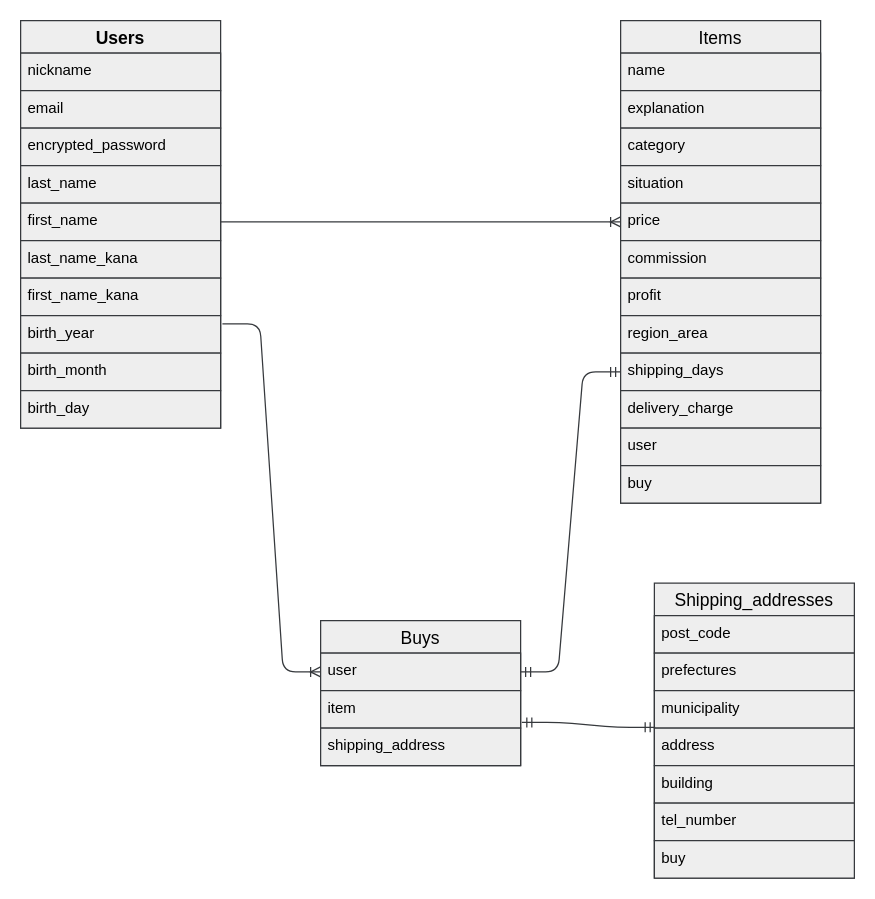
Above: furima.dio in taichi0221/furima-39122 (draw.io), before the change. Source tidied: cells renumbered, new cells numbered last; positions are measured from the earlier drawing's top-left corner, leaving out a move shared by most shapes. Both pictures are drawn from the tidied source at 125%, with x=0, y=0 at pixel (20, 20).
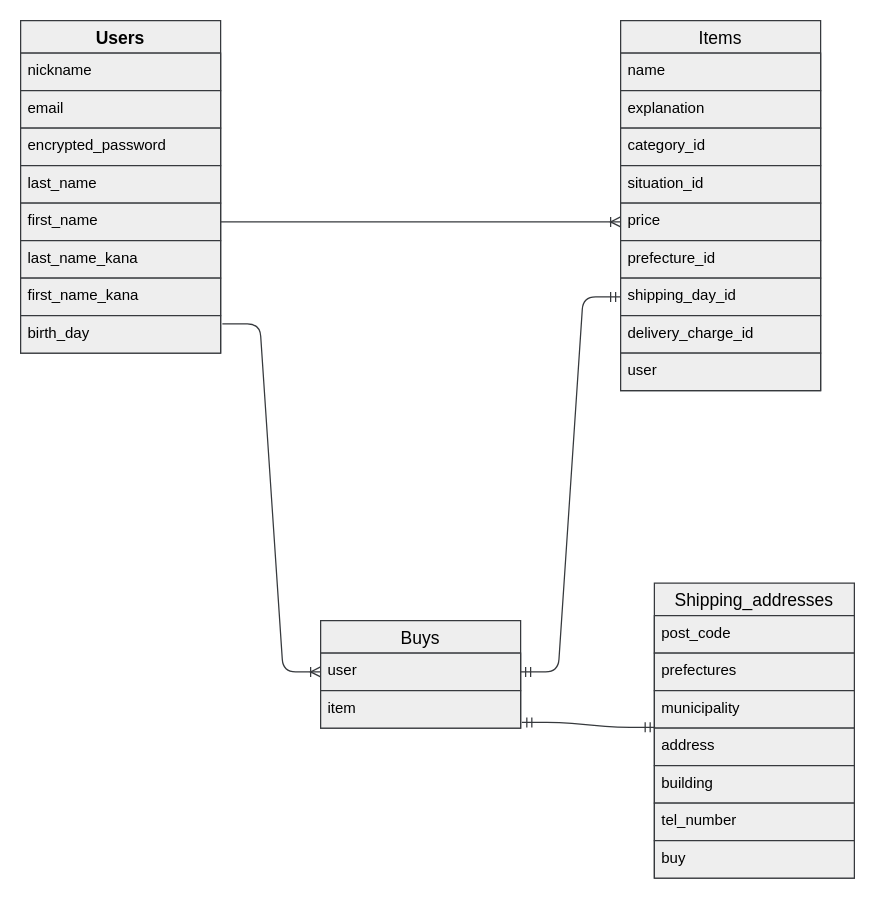
The same diagram, later.

Unchanged cells that the change refers to:
```xml
<mxCell id="27" value="user" style="text;strokeColor=#36393d;fillColor=#eeeeee;spacingLeft=4;spacingRight=4;overflow=hidden;points=[[0,0.5],[1,0.5]];portConstraint=eastwest;fontSize=12;fontColor=#000000;" parent="26" vertex="1">
  <mxGeometry y="26" width="160" height="30" as="geometry" />
</mxCell>
```

Change to the diagram source:
```diff
@@
     <mxCell id="2" value="Users" style="swimlane;fontStyle=1;horizontal=1;startSize=26;align=center;fontSize=14;fillColor=#eeeeee;strokeColor=#36393d;fontColor=#000000;" parent="1" vertex="1">
-      <mxGeometry width="160" height="326" as="geometry" />
+      <mxGeometry width="160" height="266" as="geometry" />
     </mxCell>
@@
-    <mxCell id="10" value="birth_year" style="text;strokeColor=#36393d;fillColor=#eeeeee;spacingLeft=4;spacingRight=4;overflow=hidden;points=[[0,0.5],[1,0.5]];portConstraint=eastwest;fontSize=12;fontColor=#000000;" parent="2" vertex="1">
-      <mxGeometry y="236" width="160" height="30" as="geometry" />
-    </mxCell>
-    <mxCell id="11" value="birth_month" style="text;strokeColor=#36393d;fillColor=#eeeeee;spacingLeft=4;spacingRight=4;overflow=hidden;fontSize=12;fontColor=#000000;" parent="2" vertex="1">
-      <mxGeometry y="266" width="160" height="30" as="geometry" />
-    </mxCell>
     <mxCell id="12" value="birth_day" style="text;strokeColor=#36393d;fillColor=#eeeeee;spacingLeft=4;spacingRight=4;overflow=hidden;fontSize=12;fontColor=#000000;" parent="2" vertex="1">
-      <mxGeometry y="296" width="160" height="30" as="geometry" />
+      <mxGeometry y="236" width="160" height="30" as="geometry" />
     </mxCell>
     <mxCell id="13" value="Items" style="swimlane;fontStyle=0;horizontal=1;startSize=26;align=center;fontSize=14;fillColor=#eeeeee;strokeColor=#36393d;fontColor=#000000;" parent="1" vertex="1">
-      <mxGeometry x="480" width="160" height="386" as="geometry" />
+      <mxGeometry x="480" width="160" height="296" as="geometry" />
     </mxCell>
@@
-    <mxCell id="16" value="category" style="text;strokeColor=#36393d;fillColor=#eeeeee;spacingLeft=4;spacingRight=4;overflow=hidden;fontSize=12;fontColor=#000000;" parent="13" vertex="1">
+    <mxCell id="16" value="category_id" style="text;strokeColor=#36393d;fillColor=#eeeeee;spacingLeft=4;spacingRight=4;overflow=hidden;fontSize=12;fontColor=#000000;" parent="13" vertex="1">
       <mxGeometry y="86" width="160" height="30" as="geometry" />
     </mxCell>
-    <mxCell id="17" value="situation" style="text;strokeColor=#36393d;fillColor=#eeeeee;spacingLeft=4;spacingRight=4;overflow=hidden;fontSize=12;fontColor=#000000;" parent="13" vertex="1">
+    <mxCell id="17" value="situation_id" style="text;strokeColor=#36393d;fillColor=#eeeeee;spacingLeft=4;spacingRight=4;overflow=hidden;fontSize=12;fontColor=#000000;" parent="13" vertex="1">
       <mxGeometry y="116" width="160" height="30" as="geometry" />
     </mxCell>
@@
-    <mxCell id="19" value="commission" style="text;strokeColor=#36393d;fillColor=#eeeeee;spacingLeft=4;spacingRight=4;overflow=hidden;fontSize=12;fontColor=#000000;" parent="13" vertex="1">
-      <mxGeometry y="176" width="160" height="30" as="geometry" />
-    </mxCell>
-    <mxCell id="20" value="profit" style="text;strokeColor=#36393d;fillColor=#eeeeee;spacingLeft=4;spacingRight=4;overflow=hidden;fontSize=12;fontColor=#000000;" parent="13" vertex="1">
-      <mxGeometry y="206" width="160" height="30" as="geometry" />
-    </mxCell>
-    <mxCell id="21" value="region_area" style="text;strokeColor=#36393d;fillColor=#eeeeee;spacingLeft=4;spacingRight=4;overflow=hidden;fontSize=12;fontColor=#000000;" parent="13" vertex="1">
-      <mxGeometry y="236" width="160" height="30" as="geometry" />
+    <mxCell id="21" value="prefecture_id" style="text;strokeColor=#36393d;fillColor=#eeeeee;spacingLeft=4;spacingRight=4;overflow=hidden;fontSize=12;fontColor=#000000;" parent="13" vertex="1">
+      <mxGeometry y="176" width="160" height="30" as="geometry" />
     </mxCell>
-    <mxCell id="22" value="shipping_days" style="text;strokeColor=#36393d;fillColor=#eeeeee;spacingLeft=4;spacingRight=4;overflow=hidden;points=[[0,0.5],[1,0.5]];portConstraint=eastwest;fontSize=12;fontColor=#000000;" parent="13" vertex="1">
-      <mxGeometry y="266" width="160" height="30" as="geometry" />
+    <mxCell id="22" value="shipping_day_id" style="text;strokeColor=#36393d;fillColor=#eeeeee;spacingLeft=4;spacingRight=4;overflow=hidden;points=[[0,0.5],[1,0.5]];portConstraint=eastwest;fontSize=12;fontColor=#000000;" parent="13" vertex="1">
+      <mxGeometry y="206" width="160" height="30" as="geometry" />
     </mxCell>
-    <mxCell id="23" value="delivery_charge" style="text;strokeColor=#36393d;fillColor=#eeeeee;spacingLeft=4;spacingRight=4;overflow=hidden;fontSize=12;fontColor=#000000;" parent="13" vertex="1">
-      <mxGeometry y="296" width="160" height="30" as="geometry" />
+    <mxCell id="23" value="delivery_charge_id" style="text;strokeColor=#36393d;fillColor=#eeeeee;spacingLeft=4;spacingRight=4;overflow=hidden;fontSize=12;fontColor=#000000;" parent="13" vertex="1">
+      <mxGeometry y="236" width="160" height="30" as="geometry" />
     </mxCell>
     <mxCell id="24" value="user" style="text;strokeColor=#36393d;fillColor=#eeeeee;spacingLeft=4;spacingRight=4;overflow=hidden;fontSize=12;fontColor=#000000;" parent="13" vertex="1">
-      <mxGeometry y="326" width="160" height="30" as="geometry" />
+      <mxGeometry y="266" width="160" height="30" as="geometry" />
     </mxCell>
-    <mxCell id="25" value="buy" style="text;strokeColor=#36393d;fillColor=#eeeeee;spacingLeft=4;spacingRight=4;overflow=hidden;fontSize=12;fontColor=#000000;" parent="13" vertex="1">
-      <mxGeometry y="356" width="160" height="30" as="geometry" />
-    </mxCell>
     <mxCell id="26" value="Buys" style="swimlane;fontStyle=0;horizontal=1;startSize=26;align=center;fontSize=14;fillColor=#eeeeee;strokeColor=#36393d;fontColor=#000000;" parent="1" vertex="1">
-      <mxGeometry x="240" y="480" width="160" height="116" as="geometry" />
+      <mxGeometry x="240" y="480" width="160" height="86" as="geometry" />
     </mxCell>
@@
-    <mxCell id="29" value="shipping_address" style="text;strokeColor=#36393d;fillColor=#eeeeee;spacingLeft=4;spacingRight=4;overflow=hidden;fontSize=12;fontColor=#000000;" parent="26" vertex="1">
-      <mxGeometry y="86" width="160" height="30" as="geometry" />
-    </mxCell>
@@
-    <mxCell id="39" style="edgeStyle=entityRelationEdgeStyle;fontSize=12;html=1;endArrow=ERoneToMany;exitX=1.009;exitY=0.219;exitDx=0;exitDy=0;exitPerimeter=0;entryX=0;entryY=0.5;entryDx=0;entryDy=0;fillColor=#eeeeee;strokeColor=#36393d;fontColor=#000000;" parent="1" edge="1" source="10" target="27">
-      <mxGeometry relative="1" as="geometry" />
+    <mxCell id="39" style="edgeStyle=entityRelationEdgeStyle;fontSize=12;html=1;endArrow=ERoneToMany;exitX=1.009;exitY=0.219;exitDx=0;exitDy=0;exitPerimeter=0;entryX=0;entryY=0.5;entryDx=0;entryDy=0;fillColor=#eeeeee;strokeColor=#36393d;fontColor=#000000;" parent="1" edge="1" target="27">
+      <mxGeometry relative="1" as="geometry">
+        <mxPoint x="161.4" y="242.6" as="sourcePoint" />
+      </mxGeometry>
     </mxCell>
```
